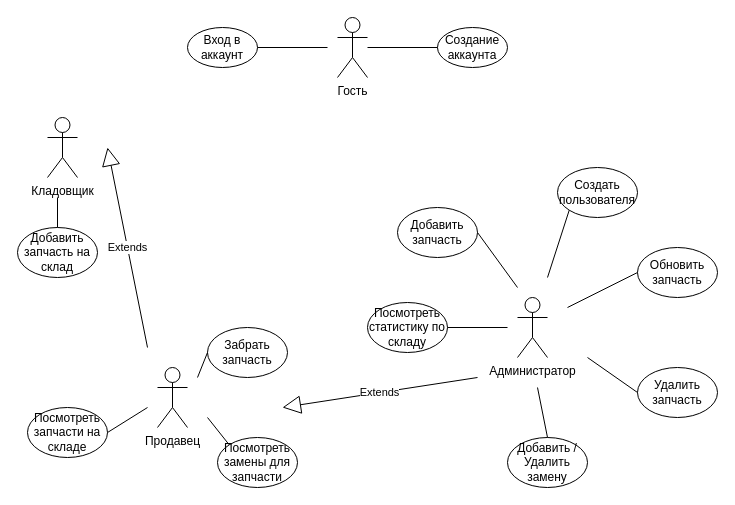
The draw.io diagram page "use-case" (1 of 2) of ppo/lab_01/ER_Diagram.drawio in maxerMU/db-course, before the edit. Source tidied: cells renumbered, new cells numbered last; positions are measured from the earlier drawing's top-left corner, leaving out a move shared by most shapes. Both pictures are drawn from the tidied source at 100%, with x=0, y=0 at pixel (17, 17).
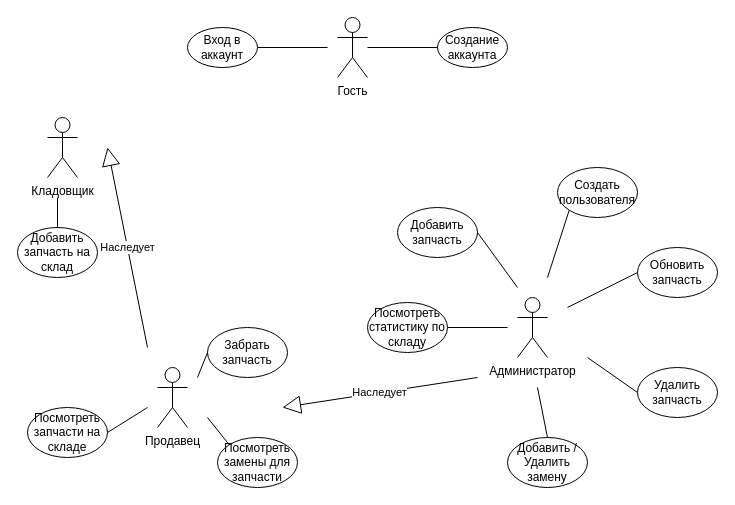
After the change.

The edit, as a diff of the source:
```diff
@@
-    <mxCell id="10" value="Extends" style="endArrow=block;endSize=16;endFill=0;html=1;rounded=0;" parent="1" edge="1">
+    <mxCell id="10" value="Наследует" style="endArrow=block;endSize=16;endFill=0;html=1;rounded=0;" parent="1" edge="1">
       <mxGeometry relative="1" as="geometry">
         <mxPoint x="130" y="330" as="sourcePoint" />
         <mxPoint x="90" y="130" as="targetPoint" />
       </mxGeometry>
     </mxCell>
@@
-    <mxCell id="16" value="Extends" style="endArrow=block;endSize=16;endFill=0;html=1;rounded=0;" parent="1" edge="1">
+    <mxCell id="16" value="Наследует" style="endArrow=block;endSize=16;endFill=0;html=1;rounded=0;" parent="1" edge="1">
       <mxGeometry relative="1" as="geometry">
         <mxPoint x="460" y="360" as="sourcePoint" />
         <mxPoint x="265" y="390" as="targetPoint" />
       </mxGeometry>
     </mxCell>
```
